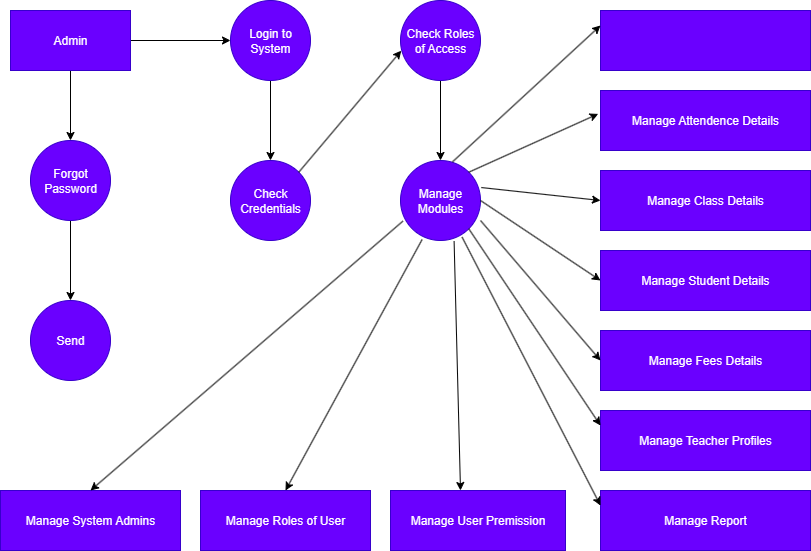
Before: Student.png, a diagram exported from draw.io (tejaswi-4/student-portal). Source tidied: cells renumbered, new cells last; positions are measured from the earlier drawing's top-left corner, leaving out a move shared by most shapes.
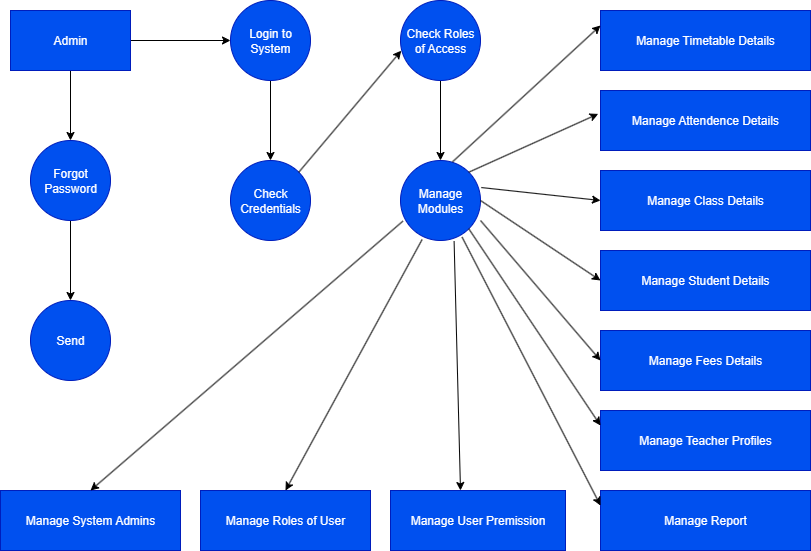
After the commit.

Change to the diagram source:
```diff
@@ -8,64 +8,64 @@
     <mxCell id="3" style="edgeStyle=orthogonalEdgeStyle;rounded=0;jettySize=auto;html=1;" parent="1" edge="1" source="4" target="9">
       <mxGeometry relative="1" as="geometry" />
     </mxCell>
-    <mxCell id="4" value="Admin" style="rounded=0;whiteSpace=wrap;html=1;fillColor=#6a00ff;strokeColor=#3700CC;fontColor=#ffffff;" parent="1" vertex="1">
+    <mxCell id="4" value="Admin" style="rounded=0;whiteSpace=wrap;html=1;fillColor=#0050ef;strokeColor=#001DBC;fontColor=#ffffff;" parent="1" vertex="1">
       <mxGeometry x="10" y="10" width="120" height="60" as="geometry" />
     </mxCell>
     <mxCell id="5" style="edgeStyle=orthogonalEdgeStyle;rounded=0;jettySize=auto;html=1;" parent="1" edge="1" source="6" target="7">
       <mxGeometry relative="1" as="geometry" />
     </mxCell>
-    <mxCell id="6" value="Forgot Password" style="ellipse;whiteSpace=wrap;html=1;rounded=0;fillColor=#6a00ff;strokeColor=#3700CC;fontColor=#ffffff;" parent="1" vertex="1">
+    <mxCell id="6" value="Forgot Password" style="ellipse;whiteSpace=wrap;html=1;rounded=0;fillColor=#0050ef;strokeColor=#001DBC;fontColor=#ffffff;" parent="1" vertex="1">
       <mxGeometry x="30" y="140" width="80" height="80" as="geometry" />
     </mxCell>
-    <mxCell id="7" value="Send" style="ellipse;whiteSpace=wrap;html=1;rounded=0;fillColor=#6a00ff;fontColor=#ffffff;strokeColor=#3700CC;" parent="1" vertex="1">
+    <mxCell id="7" value="Send" style="ellipse;whiteSpace=wrap;html=1;rounded=0;fillColor=#0050ef;fontColor=#ffffff;strokeColor=#001DBC;" parent="1" vertex="1">
       <mxGeometry x="30" y="300" width="80" height="80" as="geometry" />
     </mxCell>
     <mxCell id="8" style="edgeStyle=orthogonalEdgeStyle;rounded=0;jettySize=auto;html=1;" parent="1" edge="1" source="9" target="10">
       <mxGeometry relative="1" as="geometry" />
     </mxCell>
-    <mxCell id="9" value="Login to System" style="ellipse;whiteSpace=wrap;html=1;rounded=0;fillColor=#6a00ff;strokeColor=#3700CC;fontColor=#ffffff;" parent="1" vertex="1">
+    <mxCell id="9" value="Login to System" style="ellipse;whiteSpace=wrap;html=1;rounded=0;fillColor=#0050ef;strokeColor=#001DBC;fontColor=#ffffff;" parent="1" vertex="1">
       <mxGeometry x="230" width="80" height="80" as="geometry" />
     </mxCell>
-    <mxCell id="10" value="Check Credentials" style="ellipse;whiteSpace=wrap;html=1;rounded=0;fillColor=#6a00ff;strokeColor=#3700CC;fontColor=#ffffff;" parent="1" vertex="1">
+    <mxCell id="10" value="Check Credentials" style="ellipse;whiteSpace=wrap;html=1;rounded=0;fillColor=#0050ef;strokeColor=#001DBC;fontColor=#ffffff;" parent="1" vertex="1">
       <mxGeometry x="230" y="160" width="80" height="80" as="geometry" />
     </mxCell>
     <mxCell id="11" style="edgeStyle=orthogonalEdgeStyle;rounded=0;jettySize=auto;html=1;" parent="1" edge="1" source="12" target="13">
       <mxGeometry relative="1" as="geometry" />
     </mxCell>
-    <mxCell id="12" value="Check Roles of Access" style="ellipse;whiteSpace=wrap;html=1;fillColor=#6a00ff;strokeColor=#3700CC;fontColor=#ffffff;" parent="1" vertex="1">
+    <mxCell id="12" value="Check Roles of Access" style="ellipse;whiteSpace=wrap;html=1;fillColor=#0050ef;strokeColor=#001DBC;fontColor=#ffffff;" parent="1" vertex="1">
       <mxGeometry x="400" width="80" height="80" as="geometry" />
     </mxCell>
-    <mxCell id="13" value="Manage Modules" style="ellipse;whiteSpace=wrap;html=1;fillColor=#6a00ff;strokeColor=#3700CC;fontColor=#ffffff;" parent="1" vertex="1">
+    <mxCell id="13" value="Manage Modules" style="ellipse;whiteSpace=wrap;html=1;fillColor=#0050ef;strokeColor=#001DBC;fontColor=#ffffff;" parent="1" vertex="1">
       <mxGeometry x="400" y="160" width="80" height="80" as="geometry" />
     </mxCell>
-    <mxCell id="14" style="rounded=0;whiteSpace=wrap;html=1;fillColor=#6a00ff;fontColor=#ffffff;strokeColor=#3700CC;" parent="1" vertex="1">
+    <mxCell id="14" value="Manage Timetable Details" style="rounded=0;whiteSpace=wrap;html=1;fillColor=#0050ef;fontColor=#ffffff;strokeColor=#001DBC;" parent="1" vertex="1">
       <mxGeometry x="600" y="10" width="210" height="60" as="geometry" />
     </mxCell>
-    <mxCell id="15" value="Manage Attendence Details" style="whiteSpace=wrap;html=1;rounded=0;fillColor=#6a00ff;fontColor=#ffffff;strokeColor=#3700CC;" parent="1" vertex="1">
+    <mxCell id="15" value="Manage Attendence Details" style="whiteSpace=wrap;html=1;rounded=0;fillColor=#0050ef;fontColor=#ffffff;strokeColor=#001DBC;" parent="1" vertex="1">
       <mxGeometry x="600" y="90" width="210" height="60" as="geometry" />
     </mxCell>
-    <mxCell id="16" value="Manage Class Details" style="whiteSpace=wrap;html=1;rounded=0;fillColor=#6a00ff;fontColor=#ffffff;strokeColor=#3700CC;" parent="1" vertex="1">
+    <mxCell id="16" value="Manage Class Details" style="whiteSpace=wrap;html=1;rounded=0;fillColor=#0050ef;fontColor=#ffffff;strokeColor=#001DBC;" parent="1" vertex="1">
       <mxGeometry x="600" y="170" width="210" height="60" as="geometry" />
     </mxCell>
-    <mxCell id="17" value="Manage Student Details" style="whiteSpace=wrap;html=1;rounded=0;fillColor=#6a00ff;fontColor=#ffffff;strokeColor=#3700CC;" parent="1" vertex="1">
+    <mxCell id="17" value="Manage Student Details" style="whiteSpace=wrap;html=1;rounded=0;fillColor=#0050ef;fontColor=#ffffff;strokeColor=#001DBC;" parent="1" vertex="1">
       <mxGeometry x="600" y="250" width="210" height="60" as="geometry" />
     </mxCell>
-    <mxCell id="18" value="Manage Teacher Profiles" style="whiteSpace=wrap;html=1;rounded=0;fillColor=#6a00ff;fontColor=#ffffff;strokeColor=#3700CC;" parent="1" vertex="1">
+    <mxCell id="18" value="Manage Teacher Profiles" style="whiteSpace=wrap;html=1;rounded=0;fillColor=#0050ef;fontColor=#ffffff;strokeColor=#001DBC;" parent="1" vertex="1">
       <mxGeometry x="600" y="410" width="210" height="60" as="geometry" />
     </mxCell>
-    <mxCell id="19" value="Manage Fees Details" style="whiteSpace=wrap;html=1;rounded=0;fillColor=#6a00ff;fontColor=#ffffff;strokeColor=#3700CC;" parent="1" vertex="1">
+    <mxCell id="19" value="Manage Fees Details" style="whiteSpace=wrap;html=1;rounded=0;fillColor=#0050ef;fontColor=#ffffff;strokeColor=#001DBC;" parent="1" vertex="1">
       <mxGeometry x="600" y="330" width="210" height="60" as="geometry" />
     </mxCell>
-    <mxCell id="20" value="Manage Report" style="whiteSpace=wrap;html=1;rounded=0;fillColor=#6a00ff;fontColor=#ffffff;strokeColor=#3700CC;" parent="1" vertex="1">
+    <mxCell id="20" value="Manage Report" style="whiteSpace=wrap;html=1;rounded=0;fillColor=#0050ef;fontColor=#ffffff;strokeColor=#001DBC;" parent="1" vertex="1">
       <mxGeometry x="600" y="490" width="210" height="60" as="geometry" />
     </mxCell>
-    <mxCell id="21" value="Manage User Premission" style="rounded=0;whiteSpace=wrap;html=1;fillColor=#6a00ff;fontColor=#ffffff;strokeColor=#3700CC;" parent="1" vertex="1">
+    <mxCell id="21" value="Manage User Premission" style="rounded=0;whiteSpace=wrap;html=1;fillColor=#0050ef;fontColor=#ffffff;strokeColor=#001DBC;" parent="1" vertex="1">
       <mxGeometry x="390" y="490" width="175" height="60" as="geometry" />
     </mxCell>
-    <mxCell id="22" value="Manage Roles of User" style="rounded=0;whiteSpace=wrap;html=1;fillColor=#6a00ff;fontColor=#ffffff;strokeColor=#3700CC;" parent="1" vertex="1">
+    <mxCell id="22" value="Manage Roles of User" style="rounded=0;whiteSpace=wrap;html=1;fillColor=#0050ef;fontColor=#ffffff;strokeColor=#001DBC;" parent="1" vertex="1">
       <mxGeometry x="200" y="490" width="170" height="60" as="geometry" />
     </mxCell>
-    <mxCell id="23" value="Manage System Admins" style="rounded=0;whiteSpace=wrap;html=1;fillColor=#6a00ff;fontColor=#ffffff;strokeColor=#3700CC;" parent="1" vertex="1">
+    <mxCell id="23" value="Manage System Admins" style="rounded=0;whiteSpace=wrap;html=1;fillColor=#0050ef;fontColor=#ffffff;strokeColor=#001DBC;" parent="1" vertex="1">
       <mxGeometry y="490" width="180" height="60" as="geometry" />
     </mxCell>
     <mxCell id="24" style="endArrow=classic;html=1;rounded=0;exitX=1;exitY=0;exitDx=0;exitDy=0;entryX=0.01;entryY=0.627;entryDx=0;entryDy=0;entryPerimeter=0;" parent="1" edge="1" source="10" target="12">
```
